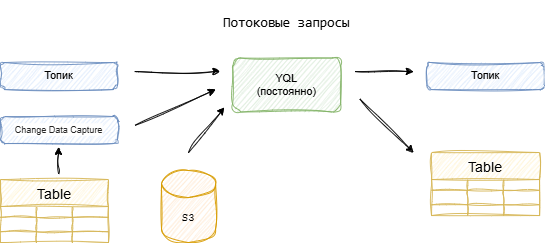
ydb-platform/ydb keeps this draw.io diagram as ydb/docs/ru/core/concepts/_assets/streaming_queries_2.drawio.png. Above is the earlier version. Source tidied: cells renumbered, new cells last; positions are measured from the earlier drawing's top-left corner, leaving out a move shared by most shapes.
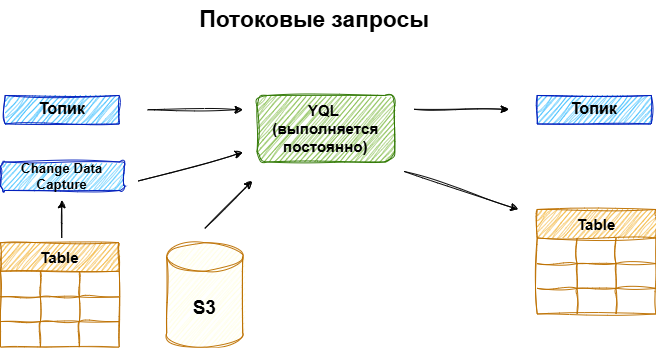
After the commit.

Commit message:
Change streaming-query page after second review

The edit, as a diff of the source:
```diff
@@ -1,138 +1,138 @@
 <mxGraphModel>
   <root>
-    <mxCell id="0" />
-    <mxCell id="1" parent="0" />
-    <mxCell id="2" value="Топик" style="rounded=1;whiteSpace=wrap;html=1;fillColor=#dae8fc;strokeColor=#6c8ebf;sketch=1;curveFitting=1;jiggle=2;" parent="1" vertex="1">
-      <mxGeometry y="60" width="130" height="30" as="geometry" />
-    </mxCell>
+    <mxCell id="40" />
+    <mxCell id="41" parent="40" />
+    <mxCell id="5" value="&lt;font style=&quot;color: rgb(0, 0, 0);&quot;&gt;Потоковые запросы&lt;/font&gt;" style="text;strokeColor=none;fillColor=none;html=1;fontSize=24;fontStyle=1;verticalAlign=middle;align=center;" parent="41" vertex="1">
+      <mxGeometry x="209" width="250" height="40" as="geometry" />
+    </mxCell>
+    <mxCell id="42" value="&lt;b&gt;&lt;font style=&quot;font-size: 16px; color: rgb(0, 0, 0);&quot;&gt;YQL&amp;nbsp;&lt;br&gt;(выполняется постоянно)&lt;/font&gt;&lt;/b&gt;" style="rounded=1;whiteSpace=wrap;html=1;fillColor=#60a917;sketch=1;curveFitting=1;jiggle=2;fontColor=#ffffff;strokeColor=#2D7600;" parent="41" vertex="1">
+      <mxGeometry x="274" y="100" width="145" height="70" as="geometry" />
+    </mxCell>
+    <mxCell id="43" style="endArrow=classic;html=1;rounded=0;sketch=1;curveFitting=1;jiggle=2;" parent="41" edge="1">
+      <mxGeometry relative="1" as="geometry">
+        <mxPoint x="159" y="115" as="sourcePoint" />
+        <mxPoint x="259" y="115" as="targetPoint" />
+      </mxGeometry>
+    </mxCell>
+    <mxCell id="44" value="&lt;b&gt;&lt;font style=&quot;font-size: 17px; color: rgb(0, 0, 0);&quot;&gt;Топик&lt;/font&gt;&lt;/b&gt;" style="rounded=0;whiteSpace=wrap;html=1;fillColor=#0AADFF;sketch=1;curveFitting=1;jiggle=2;fontColor=#ffffff;strokeColor=#001DBC;" parent="41" vertex="1">
+      <mxGeometry x="9" y="100" width="120" height="30" as="geometry" />
+    </mxCell>
+    <mxCell id="45" value="&lt;b&gt;&lt;font style=&quot;font-size: 17px; color: rgb(0, 0, 0);&quot;&gt;Топик&lt;/font&gt;&lt;/b&gt;" style="rounded=0;whiteSpace=wrap;html=1;fillColor=#0AADFF;sketch=1;curveFitting=1;jiggle=2;fontColor=#ffffff;strokeColor=#001DBC;" parent="41" vertex="1">
+      <mxGeometry x="569" y="100" width="120" height="30" as="geometry" />
+    </mxCell>
+    <mxCell id="46" style="endArrow=classic;html=1;rounded=0;sketch=1;curveFitting=1;jiggle=2;" parent="41" edge="1">
+      <mxGeometry relative="1" as="geometry">
+        <mxPoint x="439" y="114.5" as="sourcePoint" />
+        <mxPoint x="539" y="114.5" as="targetPoint" />
+      </mxGeometry>
+    </mxCell>
+    <mxCell id="37" value="&lt;b&gt;&lt;font style=&quot;font-size: 14px; color: rgb(0, 0, 0);&quot;&gt;Change Data Capture&lt;/font&gt;&lt;/b&gt;" style="rounded=1;whiteSpace=wrap;html=1;fillColor=#1EB7FF;sketch=1;curveFitting=1;jiggle=2;fontColor=#ffffff;strokeColor=#001DBC;" parent="41" vertex="1">
+      <mxGeometry x="4" y="170" width="130" height="30" as="geometry" />
+    </mxCell>
+    <mxCell id="47" value="Table" style="shape=table;startSize=30;strokeColor=#BD7000;fontSize=16;sketch=1;curveFitting=1;jiggle=2;fillColor=#f0a30a;fontColor=#000000;fontStyle=1;" parent="41" vertex="1">
+      <mxGeometry x="4" y="255" width="125" height="110" as="geometry" />
+    </mxCell>
+    <mxCell id="48" style="shape=tableRow;horizontal=0;startSize=0;swimlaneHead=0;swimlaneBody=0;strokeColor=inherit;top=0;left=0;bottom=0;right=0;fillColor=none;fontSize=16;" parent="47" vertex="1">
+      <mxGeometry y="30" width="125" height="27" as="geometry" />
+    </mxCell>
+    <mxCell id="49" style="shape=partialRectangle;html=1;whiteSpace=wrap;strokeColor=inherit;overflow=hidden;fillColor=none;top=0;left=0;bottom=0;right=0;fontSize=16;" parent="48" vertex="1">
+      <mxGeometry width="42" height="27" as="geometry" />
+    </mxCell>
+    <mxCell id="50" style="shape=partialRectangle;html=1;whiteSpace=wrap;strokeColor=inherit;overflow=hidden;fillColor=none;top=0;left=0;bottom=0;right=0;fontSize=16;" parent="48" vertex="1">
+      <mxGeometry x="42" width="41" height="27" as="geometry" />
+    </mxCell>
+    <mxCell id="51" style="shape=partialRectangle;html=1;whiteSpace=wrap;strokeColor=inherit;overflow=hidden;fillColor=none;top=0;left=0;bottom=0;right=0;fontSize=16;" parent="48" vertex="1">
+      <mxGeometry x="83" width="42" height="27" as="geometry" />
+    </mxCell>
+    <mxCell id="52" style="shape=tableRow;horizontal=0;startSize=0;swimlaneHead=0;swimlaneBody=0;strokeColor=inherit;top=0;left=0;bottom=0;right=0;fillColor=none;fontSize=16;" parent="47" vertex="1">
+      <mxGeometry y="57" width="125" height="26" as="geometry" />
+    </mxCell>
+    <mxCell id="53" style="shape=partialRectangle;html=1;whiteSpace=wrap;strokeColor=inherit;overflow=hidden;fillColor=none;top=0;left=0;bottom=0;right=0;fontSize=16;" parent="52" vertex="1">
+      <mxGeometry width="42" height="26" as="geometry" />
+    </mxCell>
+    <mxCell id="54" style="shape=partialRectangle;html=1;whiteSpace=wrap;strokeColor=inherit;overflow=hidden;fillColor=none;top=0;left=0;bottom=0;right=0;fontSize=16;" parent="52" vertex="1">
+      <mxGeometry x="42" width="41" height="26" as="geometry" />
+    </mxCell>
+    <mxCell id="55" style="shape=partialRectangle;html=1;whiteSpace=wrap;strokeColor=inherit;overflow=hidden;fillColor=none;top=0;left=0;bottom=0;right=0;fontSize=16;" parent="52" vertex="1">
+      <mxGeometry x="83" width="42" height="26" as="geometry" />
+    </mxCell>
+    <mxCell id="56" style="shape=tableRow;horizontal=0;startSize=0;swimlaneHead=0;swimlaneBody=0;strokeColor=inherit;top=0;left=0;bottom=0;right=0;fillColor=none;fontSize=16;" parent="47" vertex="1">
+      <mxGeometry y="83" width="125" height="27" as="geometry" />
+    </mxCell>
+    <mxCell id="57" style="shape=partialRectangle;html=1;whiteSpace=wrap;strokeColor=inherit;overflow=hidden;fillColor=none;top=0;left=0;bottom=0;right=0;fontSize=16;" parent="56" vertex="1">
+      <mxGeometry width="42" height="27" as="geometry" />
+    </mxCell>
+    <mxCell id="58" style="shape=partialRectangle;html=1;whiteSpace=wrap;strokeColor=inherit;overflow=hidden;fillColor=none;top=0;left=0;bottom=0;right=0;fontSize=16;" parent="56" vertex="1">
+      <mxGeometry x="42" width="41" height="27" as="geometry" />
+    </mxCell>
+    <mxCell id="59" style="shape=partialRectangle;html=1;whiteSpace=wrap;strokeColor=inherit;overflow=hidden;fillColor=none;top=0;left=0;bottom=0;right=0;fontSize=16;" parent="56" vertex="1">
+      <mxGeometry x="83" width="42" height="27" as="geometry" />
+    </mxCell>
+    <mxCell id="60" style="endArrow=classic;html=1;rounded=0;sketch=1;curveFitting=1;jiggle=2;" parent="41" edge="1">
+      <mxGeometry relative="1" as="geometry">
+        <mxPoint x="68.5" y="250" as="sourcePoint" />
+        <mxPoint x="68.5" y="210" as="targetPoint" />
+      </mxGeometry>
+    </mxCell>
+    <mxCell id="61" style="endArrow=classic;html=1;rounded=0;sketch=1;curveFitting=1;jiggle=2;" parent="41" edge="1">
+      <mxGeometry relative="1" as="geometry">
+        <mxPoint x="149" y="190" as="sourcePoint" />
+        <mxPoint x="259" y="160" as="targetPoint" />
+      </mxGeometry>
+    </mxCell>
-    <mxCell id="3" value="S3" style="shape=cylinder3;boundedLbl=1;backgroundOutline=1;size=15;fillColor=#ffe6cc;strokeColor=#d79b00;sketch=1;curveFitting=1;jiggle=2;fontFamily=Courier New;textShadow=0;html=1;whiteSpace=wrap;" parent="1" vertex="1">
-      <mxGeometry x="179" y="180" width="60" height="80" as="geometry" />
+    <mxCell id="3" value="&lt;b&gt;&lt;font style=&quot;font-size: 20px; color: rgb(0, 0, 0);&quot;&gt;S3&lt;/font&gt;&lt;/b&gt;" style="shape=cylinder3;whiteSpace=wrap;html=1;boundedLbl=1;backgroundOutline=1;size=15;fillColor=#FFFEDB;sketch=1;curveFitting=1;jiggle=2;fontColor=#000000;strokeColor=#BD7000;" parent="41" vertex="1">
+      <mxGeometry x="179" y="255" width="80" height="110" as="geometry" />
     </mxCell>
-    <mxCell id="4" value="Топик" style="rounded=1;whiteSpace=wrap;html=1;fillColor=#dae8fc;strokeColor=#6c8ebf;sketch=1;curveFitting=1;jiggle=2;" parent="1" vertex="1">
-      <mxGeometry x="474" y="60" width="130" height="30" as="geometry" />
-    </mxCell>
-    <mxCell id="5" value="&lt;pre style=&quot;font-size: 15px;&quot;&gt;Потоковые запросы&lt;/pre&gt;" style="text;html=1;align=center;verticalAlign=middle;whiteSpace=wrap;rounded=0;fontStyle=0;fontFamily=Courier New;shadow=0;fontSize=15;" parent="1" vertex="1">
-      <mxGeometry x="233" width="170" height="30" as="geometry" />
-    </mxCell>
-    <mxCell id="6" style="endArrow=classic;html=1;rounded=0;sketch=1;curveFitting=1;jiggle=2;" parent="1" edge="1">
-      <mxGeometry relative="1" as="geometry">
-        <mxPoint x="149" y="70" as="sourcePoint" />
-        <mxPoint x="244" y="70" as="targetPoint" />
-      </mxGeometry>
-    </mxCell>
-    <mxCell id="7" style="endArrow=classic;html=1;rounded=0;sketch=1;curveFitting=1;jiggle=2;" parent="1" edge="1">
-      <mxGeometry relative="1" as="geometry">
-        <mxPoint x="209" y="160" as="sourcePoint" />
-        <mxPoint x="249" y="110" as="targetPoint" />
-      </mxGeometry>
-    </mxCell>
-    <mxCell id="8" value="YQL&lt;div&gt;(постоянно)&lt;/div&gt;" style="rounded=1;whiteSpace=wrap;html=1;sketch=1;curveFitting=1;jiggle=2;fillColor=#d5e8d4;strokeColor=#82b366;" parent="1" vertex="1">
-      <mxGeometry x="258" y="55" width="120" height="60" as="geometry" />
-    </mxCell>
-    <mxCell id="9" style="endArrow=classic;html=1;rounded=0;sketch=1;curveFitting=1;jiggle=2;" parent="1" edge="1">
-      <mxGeometry relative="1" as="geometry">
-        <mxPoint x="394" y="70" as="sourcePoint" />
-        <mxPoint x="459" y="70" as="targetPoint" />
-      </mxGeometry>
-    </mxCell>
-    <mxCell id="10" style="endArrow=classic;html=1;rounded=0;sketch=1;curveFitting=1;jiggle=2;" parent="1" edge="1">
-      <mxGeometry relative="1" as="geometry">
-        <mxPoint x="399" y="100" as="sourcePoint" />
-        <mxPoint x="459" y="160" as="targetPoint" />
-      </mxGeometry>
-    </mxCell>
-    <mxCell id="11" value="Table" style="shape=table;startSize=30;strokeColor=#d6b656;fontSize=16;sketch=1;curveFitting=1;jiggle=2;fillColor=#fff2cc;" parent="1" vertex="1">
-      <mxGeometry x="479" y="160" width="120" height="70" as="geometry" />
-    </mxCell>
-    <mxCell id="12" style="shape=tableRow;horizontal=0;startSize=0;swimlaneHead=0;swimlaneBody=0;strokeColor=inherit;top=0;left=0;bottom=0;right=0;fillColor=none;fontSize=16;" parent="11" vertex="1">
-      <mxGeometry y="30" width="120" height="12" as="geometry" />
-    </mxCell>
-    <mxCell id="13" style="shape=partialRectangle;html=1;whiteSpace=wrap;strokeColor=inherit;overflow=hidden;fillColor=none;top=0;left=0;bottom=0;right=0;fontSize=16;" parent="12" vertex="1">
-      <mxGeometry width="40" height="12" as="geometry" />
-    </mxCell>
-    <mxCell id="14" style="shape=partialRectangle;html=1;whiteSpace=wrap;strokeColor=inherit;overflow=hidden;fillColor=none;top=0;left=0;bottom=0;right=0;fontSize=16;" parent="12" vertex="1">
-      <mxGeometry x="40" width="40" height="12" as="geometry" />
-    </mxCell>
-    <mxCell id="15" style="shape=partialRectangle;html=1;whiteSpace=wrap;strokeColor=inherit;overflow=hidden;fillColor=none;top=0;left=0;bottom=0;right=0;fontSize=16;" parent="12" vertex="1">
-      <mxGeometry x="80" width="40" height="12" as="geometry" />
-    </mxCell>
-    <mxCell id="16" style="shape=tableRow;horizontal=0;startSize=0;swimlaneHead=0;swimlaneBody=0;strokeColor=inherit;top=0;left=0;bottom=0;right=0;fillColor=none;fontSize=16;" parent="11" vertex="1">
-      <mxGeometry y="42" width="120" height="16" as="geometry" />
-    </mxCell>
-    <mxCell id="17" style="shape=partialRectangle;html=1;whiteSpace=wrap;strokeColor=inherit;overflow=hidden;fillColor=none;top=0;left=0;bottom=0;right=0;fontSize=16;" parent="16" vertex="1">
-      <mxGeometry width="40" height="16" as="geometry" />
-    </mxCell>
-    <mxCell id="18" style="shape=partialRectangle;html=1;whiteSpace=wrap;strokeColor=inherit;overflow=hidden;fillColor=none;top=0;left=0;bottom=0;right=0;fontSize=16;" parent="16" vertex="1">
-      <mxGeometry x="40" width="40" height="16" as="geometry" />
-    </mxCell>
-    <mxCell id="19" style="shape=partialRectangle;html=1;whiteSpace=wrap;strokeColor=inherit;overflow=hidden;fillColor=none;top=0;left=0;bottom=0;right=0;fontSize=16;" parent="16" vertex="1">
-      <mxGeometry x="80" width="40" height="16" as="geometry" />
-    </mxCell>
-    <mxCell id="20" style="shape=tableRow;horizontal=0;startSize=0;swimlaneHead=0;swimlaneBody=0;strokeColor=inherit;top=0;left=0;bottom=0;right=0;fillColor=none;fontSize=16;" parent="11" vertex="1">
-      <mxGeometry y="58" width="120" height="12" as="geometry" />
-    </mxCell>
-    <mxCell id="21" style="shape=partialRectangle;html=1;whiteSpace=wrap;strokeColor=inherit;overflow=hidden;fillColor=none;top=0;left=0;bottom=0;right=0;fontSize=16;" parent="20" vertex="1">
-      <mxGeometry width="40" height="12" as="geometry" />
-    </mxCell>
-    <mxCell id="22" style="shape=partialRectangle;html=1;whiteSpace=wrap;strokeColor=inherit;overflow=hidden;fillColor=none;top=0;left=0;bottom=0;right=0;fontSize=16;" parent="20" vertex="1">
-      <mxGeometry x="40" width="40" height="12" as="geometry" />
-    </mxCell>
-    <mxCell id="23" style="shape=partialRectangle;html=1;whiteSpace=wrap;strokeColor=inherit;overflow=hidden;fillColor=none;top=0;left=0;bottom=0;right=0;fontSize=16;" parent="20" vertex="1">
-      <mxGeometry x="80" width="40" height="12" as="geometry" />
-    </mxCell>
-    <mxCell id="24" value="Table" style="shape=table;startSize=30;strokeColor=#d6b656;fontSize=16;sketch=1;curveFitting=1;jiggle=2;fillColor=#fff2cc;" parent="1" vertex="1">
-      <mxGeometry y="190" width="120" height="70" as="geometry" />
-    </mxCell>
-    <mxCell id="25" style="shape=tableRow;horizontal=0;startSize=0;swimlaneHead=0;swimlaneBody=0;strokeColor=inherit;top=0;left=0;bottom=0;right=0;fillColor=none;fontSize=16;" parent="24" vertex="1">
-      <mxGeometry y="30" width="120" height="12" as="geometry" />
-    </mxCell>
-    <mxCell id="26" style="shape=partialRectangle;html=1;whiteSpace=wrap;strokeColor=inherit;overflow=hidden;fillColor=none;top=0;left=0;bottom=0;right=0;fontSize=16;" parent="25" vertex="1">
-      <mxGeometry width="40" height="12" as="geometry" />
-    </mxCell>
-    <mxCell id="27" style="shape=partialRectangle;html=1;whiteSpace=wrap;strokeColor=inherit;overflow=hidden;fillColor=none;top=0;left=0;bottom=0;right=0;fontSize=16;" parent="25" vertex="1">
-      <mxGeometry x="40" width="40" height="12" as="geometry" />
-    </mxCell>
-    <mxCell id="28" style="shape=partialRectangle;html=1;whiteSpace=wrap;strokeColor=inherit;overflow=hidden;fillColor=none;top=0;left=0;bottom=0;right=0;fontSize=16;" parent="25" vertex="1">
-      <mxGeometry x="80" width="40" height="12" as="geometry" />
-    </mxCell>
-    <mxCell id="29" style="shape=tableRow;horizontal=0;startSize=0;swimlaneHead=0;swimlaneBody=0;strokeColor=inherit;top=0;left=0;bottom=0;right=0;fillColor=none;fontSize=16;" parent="24" vertex="1">
-      <mxGeometry y="42" width="120" height="16" as="geometry" />
-    </mxCell>
-    <mxCell id="30" style="shape=partialRectangle;html=1;whiteSpace=wrap;strokeColor=inherit;overflow=hidden;fillColor=none;top=0;left=0;bottom=0;right=0;fontSize=16;" parent="29" vertex="1">
-      <mxGeometry width="40" height="16" as="geometry" />
-    </mxCell>
-    <mxCell id="31" style="shape=partialRectangle;html=1;whiteSpace=wrap;strokeColor=inherit;overflow=hidden;fillColor=none;top=0;left=0;bottom=0;right=0;fontSize=16;" parent="29" vertex="1">
-      <mxGeometry x="40" width="40" height="16" as="geometry" />
-    </mxCell>
-    <mxCell id="32" style="shape=partialRectangle;html=1;whiteSpace=wrap;strokeColor=inherit;overflow=hidden;fillColor=none;top=0;left=0;bottom=0;right=0;fontSize=16;" parent="29" vertex="1">
-      <mxGeometry x="80" width="40" height="16" as="geometry" />
-    </mxCell>
-    <mxCell id="33" style="shape=tableRow;horizontal=0;startSize=0;swimlaneHead=0;swimlaneBody=0;strokeColor=inherit;top=0;left=0;bottom=0;right=0;fillColor=none;fontSize=16;" parent="24" vertex="1">
-      <mxGeometry y="58" width="120" height="12" as="geometry" />
-    </mxCell>
-    <mxCell id="34" style="shape=partialRectangle;html=1;whiteSpace=wrap;strokeColor=inherit;overflow=hidden;fillColor=none;top=0;left=0;bottom=0;right=0;fontSize=16;" parent="33" vertex="1">
-      <mxGeometry width="40" height="12" as="geometry" />
-    </mxCell>
-    <mxCell id="35" style="shape=partialRectangle;html=1;whiteSpace=wrap;strokeColor=inherit;overflow=hidden;fillColor=none;top=0;left=0;bottom=0;right=0;fontSize=16;" parent="33" vertex="1">
-      <mxGeometry x="40" width="40" height="12" as="geometry" />
-    </mxCell>
-    <mxCell id="36" style="shape=partialRectangle;html=1;whiteSpace=wrap;strokeColor=inherit;overflow=hidden;fillColor=none;top=0;left=0;bottom=0;right=0;fontSize=16;" parent="33" vertex="1">
-      <mxGeometry x="80" width="40" height="12" as="geometry" />
-    </mxCell>
-    <mxCell id="37" value="&lt;span style=&quot;color: rgba(0, 0, 0, 0.85); font-family: &amp;quot;Helvetica Neue&amp;quot;, Arial, Helvetica, sans-serif; text-align: start; background-color: rgb(255, 255, 255);&quot;&gt;&lt;font style=&quot;font-size: 10px;&quot;&gt;Change Data Capture&lt;/font&gt;&lt;/span&gt;" style="rounded=1;whiteSpace=wrap;html=1;fillColor=#dae8fc;strokeColor=#6c8ebf;sketch=1;curveFitting=1;jiggle=2;" parent="1" vertex="1">
-      <mxGeometry y="120" width="130" height="30" as="geometry" />
-    </mxCell>
-    <mxCell id="38" style="endArrow=classic;html=1;rounded=0;sketch=1;curveFitting=1;jiggle=2;" parent="1" edge="1">
-      <mxGeometry relative="1" as="geometry">
-        <mxPoint x="64.7" y="184" as="sourcePoint" />
-        <mxPoint x="64.7" y="154" as="targetPoint" />
-      </mxGeometry>
-    </mxCell>
-    <mxCell id="39" style="endArrow=classic;html=1;rounded=0;sketch=1;curveFitting=1;jiggle=2;" parent="1" edge="1">
-      <mxGeometry relative="1" as="geometry">
-        <mxPoint x="149" y="130" as="sourcePoint" />
-        <mxPoint x="239" y="90" as="targetPoint" />
-      </mxGeometry>
-    </mxCell>
+    <mxCell id="62" style="endArrow=classic;html=1;rounded=0;sketch=1;curveFitting=1;jiggle=2;" parent="41" edge="1">
+      <mxGeometry relative="1" as="geometry">
+        <mxPoint x="219" y="240" as="sourcePoint" />
+        <mxPoint x="269" y="190" as="targetPoint" />
+      </mxGeometry>
+    </mxCell>
+    <mxCell id="63" value="Table" style="shape=table;startSize=30;strokeColor=#BD7000;fontSize=16;sketch=1;curveFitting=1;jiggle=2;fillColor=#f0a30a;fontColor=#000000;fontStyle=1;" parent="41" vertex="1">
+      <mxGeometry x="569" y="220" width="125" height="110" as="geometry" />
+    </mxCell>
+    <mxCell id="64" style="shape=tableRow;horizontal=0;startSize=0;swimlaneHead=0;swimlaneBody=0;strokeColor=inherit;top=0;left=0;bottom=0;right=0;fillColor=none;fontSize=16;" parent="63" vertex="1">
+      <mxGeometry y="30" width="125" height="27" as="geometry" />
+    </mxCell>
+    <mxCell id="65" style="shape=partialRectangle;html=1;whiteSpace=wrap;strokeColor=inherit;overflow=hidden;fillColor=none;top=0;left=0;bottom=0;right=0;fontSize=16;" parent="64" vertex="1">
+      <mxGeometry width="42" height="27" as="geometry" />
+    </mxCell>
+    <mxCell id="66" style="shape=partialRectangle;html=1;whiteSpace=wrap;strokeColor=inherit;overflow=hidden;fillColor=none;top=0;left=0;bottom=0;right=0;fontSize=16;" parent="64" vertex="1">
+      <mxGeometry x="42" width="41" height="27" as="geometry" />
+    </mxCell>
+    <mxCell id="67" style="shape=partialRectangle;html=1;whiteSpace=wrap;strokeColor=inherit;overflow=hidden;fillColor=none;top=0;left=0;bottom=0;right=0;fontSize=16;" parent="64" vertex="1">
+      <mxGeometry x="83" width="42" height="27" as="geometry" />
+    </mxCell>
+    <mxCell id="68" style="shape=tableRow;horizontal=0;startSize=0;swimlaneHead=0;swimlaneBody=0;strokeColor=inherit;top=0;left=0;bottom=0;right=0;fillColor=none;fontSize=16;" parent="63" vertex="1">
+      <mxGeometry y="57" width="125" height="26" as="geometry" />
+    </mxCell>
+    <mxCell id="69" style="shape=partialRectangle;html=1;whiteSpace=wrap;strokeColor=inherit;overflow=hidden;fillColor=none;top=0;left=0;bottom=0;right=0;fontSize=16;" parent="68" vertex="1">
+      <mxGeometry width="42" height="26" as="geometry" />
+    </mxCell>
+    <mxCell id="70" style="shape=partialRectangle;html=1;whiteSpace=wrap;strokeColor=inherit;overflow=hidden;fillColor=none;top=0;left=0;bottom=0;right=0;fontSize=16;" parent="68" vertex="1">
+      <mxGeometry x="42" width="41" height="26" as="geometry" />
+    </mxCell>
+    <mxCell id="71" style="shape=partialRectangle;html=1;whiteSpace=wrap;strokeColor=inherit;overflow=hidden;fillColor=none;top=0;left=0;bottom=0;right=0;fontSize=16;" parent="68" vertex="1">
+      <mxGeometry x="83" width="42" height="26" as="geometry" />
+    </mxCell>
+    <mxCell id="72" style="shape=tableRow;horizontal=0;startSize=0;swimlaneHead=0;swimlaneBody=0;strokeColor=inherit;top=0;left=0;bottom=0;right=0;fillColor=none;fontSize=16;" parent="63" vertex="1">
+      <mxGeometry y="83" width="125" height="27" as="geometry" />
+    </mxCell>
+    <mxCell id="73" style="shape=partialRectangle;html=1;whiteSpace=wrap;strokeColor=inherit;overflow=hidden;fillColor=none;top=0;left=0;bottom=0;right=0;fontSize=16;" parent="72" vertex="1">
+      <mxGeometry width="42" height="27" as="geometry" />
+    </mxCell>
+    <mxCell id="74" style="shape=partialRectangle;html=1;whiteSpace=wrap;strokeColor=inherit;overflow=hidden;fillColor=none;top=0;left=0;bottom=0;right=0;fontSize=16;" parent="72" vertex="1">
+      <mxGeometry x="42" width="41" height="27" as="geometry" />
+    </mxCell>
+    <mxCell id="75" style="shape=partialRectangle;html=1;whiteSpace=wrap;strokeColor=inherit;overflow=hidden;fillColor=none;top=0;left=0;bottom=0;right=0;fontSize=16;" parent="72" vertex="1">
+      <mxGeometry x="83" width="42" height="27" as="geometry" />
+    </mxCell>
+    <mxCell id="76" style="endArrow=classic;html=1;rounded=0;sketch=1;curveFitting=1;jiggle=2;" parent="41" edge="1">
+      <mxGeometry relative="1" as="geometry">
+        <mxPoint x="429" y="180" as="sourcePoint" />
+        <mxPoint x="549" y="220" as="targetPoint" />
+      </mxGeometry>
+    </mxCell>
   </root>
 </mxGraphModel>
```
